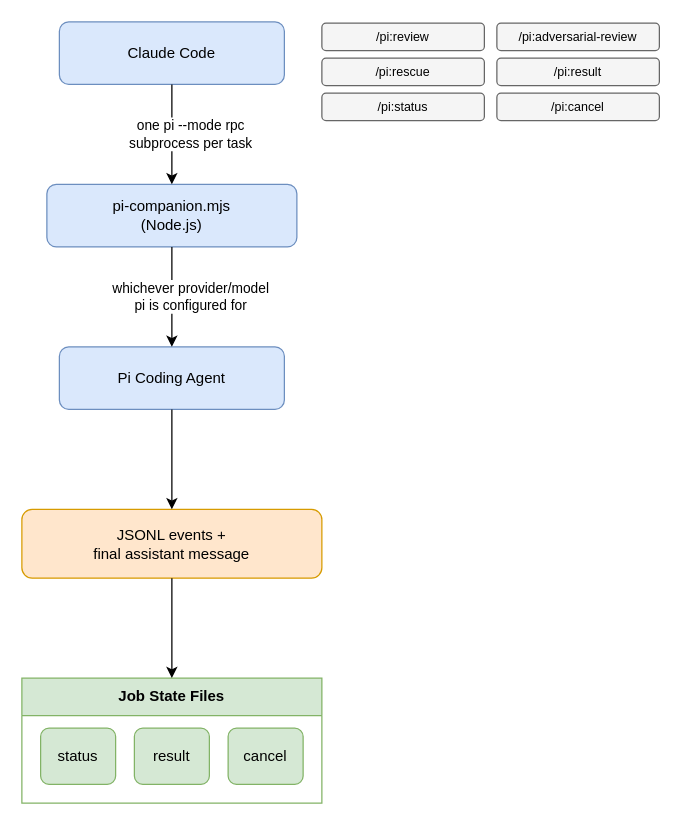
The draw.io diagram docs/pi-plugin-cc-workflow.drawio in LightningLeader/pi-codex-plugin, before the edit. Source tidied: cells renumbered, new cells numbered last; positions are measured from the earlier drawing's top-left corner, leaving out a move shared by most shapes. Both pictures are drawn from the tidied source at 125%, with x=0, y=0 at pixel (21, 21).
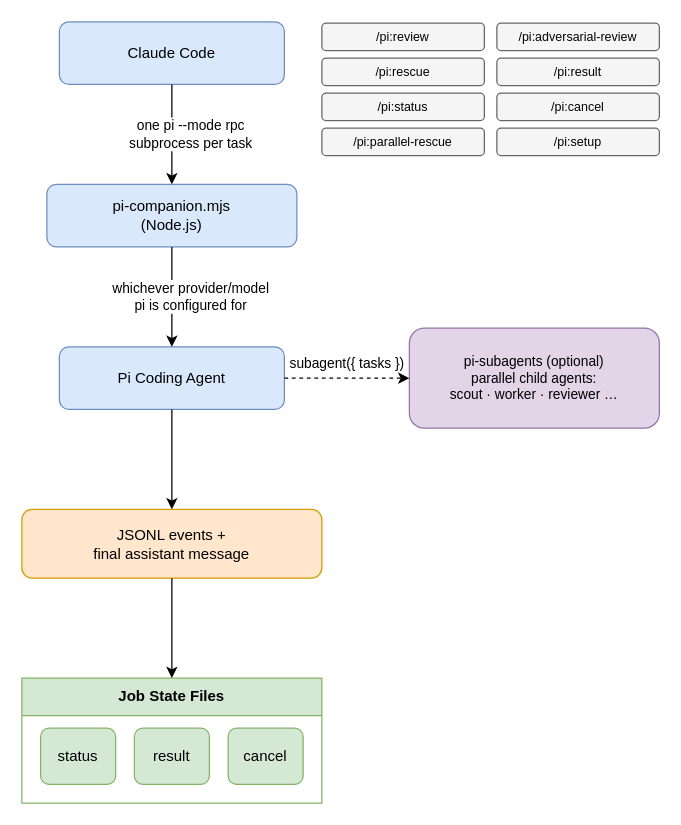
After the change.

Commit message (it also covers changes not shown here):
docs: update READMEs and workflow diagrams for 0.2.0 (#10)

The change refers to these unchanged cells:
```xml
<mxCell id="10" value="Pi Coding Agent" style="rounded=1;whiteSpace=wrap;html=1;fillColor=#dae8fc;strokeColor=#6c8ebf;" parent="1" vertex="1">
  <mxGeometry x="30" y="260" width="180" height="50" as="geometry" />
</mxCell>
```

Change to the diagram source:
```diff
@@
+    <mxCell id="20" value="/pi:parallel-rescue" style="rounded=1;whiteSpace=wrap;html=1;fillColor=#f5f5f5;strokeColor=#666666;fontSize=10;" parent="1" vertex="1">
+      <mxGeometry x="240" y="85" width="130" height="22" as="geometry" />
+    </mxCell>
+    <mxCell id="21" value="/pi:setup" style="rounded=1;whiteSpace=wrap;html=1;fillColor=#f5f5f5;strokeColor=#666666;fontSize=10;" parent="1" vertex="1">
+      <mxGeometry x="380" y="85" width="130" height="22" as="geometry" />
+    </mxCell>
@@
+    <mxCell id="22" value="pi-subagents (optional)&#10;parallel child agents:&#10;scout · worker · reviewer …" style="rounded=1;whiteSpace=wrap;html=1;fillColor=#e1d5e7;strokeColor=#9673a6;fontSize=11;" parent="1" vertex="1">
+      <mxGeometry x="310" y="245" width="200" height="80" as="geometry" />
+    </mxCell>
+    <mxCell id="23" value="subagent({ tasks })" style="edgeStyle=orthogonalEdgeStyle;rounded=1;jettySize=auto;html=1;exitX=1;exitY=0.5;exitDx=0;exitDy=0;entryX=0;entryY=0.5;entryDx=0;entryDy=0;flowAnimation=1;labelBackgroundColor=#ffffff;fontSize=11;dashed=1;" parent="1" edge="1" source="10" target="22">
+      <mxGeometry relative="1" as="geometry">
+        <mxPoint y="-12" as="offset" />
+      </mxGeometry>
+    </mxCell>
```
